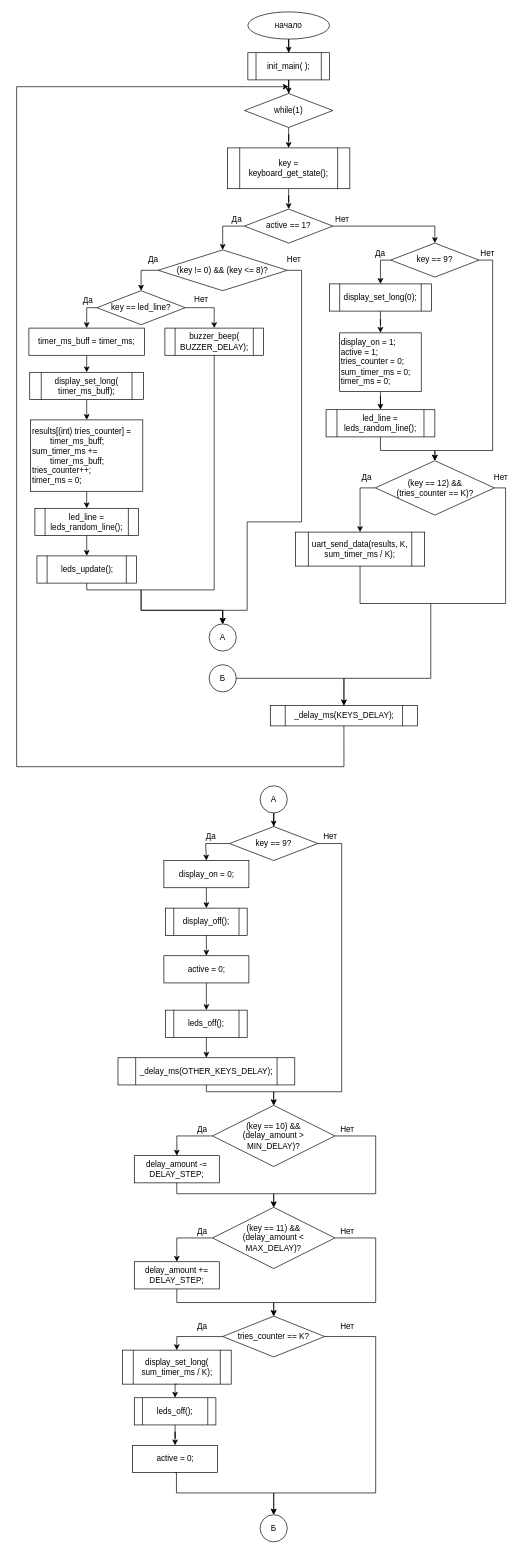
Earlier version of the draw.io diagram page "Страница 3" (3 of 3) of mk_course_work/RPZ/additional_diagrams.drawio (Trickster2038/BmstuDocs7). Source tidied: cells renumbered, new cells numbered last; positions are measured from the earlier drawing's top-left corner, leaving out a move shared by most shapes. Both pictures are drawn from the tidied source at 68%, with x=0, y=0 at pixel (16, 12).
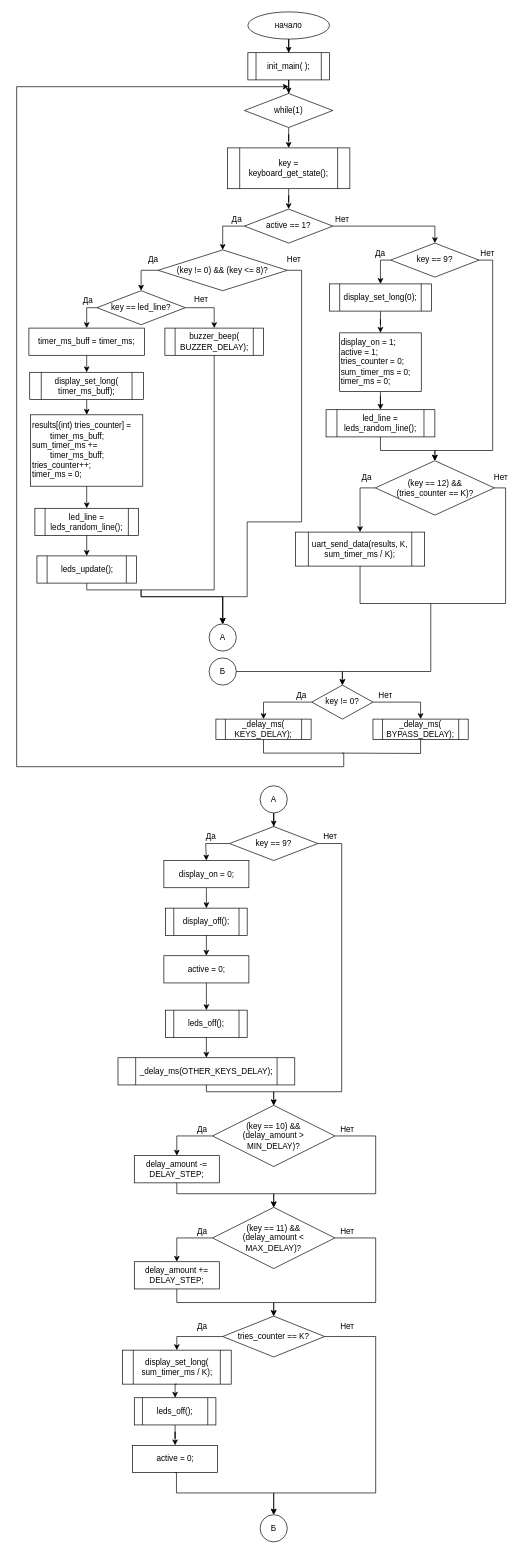
Above is the later version.

The change refers to these unchanged cells:
```xml
<mxCell id="11" value="(key != &lt;span class=&quot;pl-c1&quot;&gt;0&lt;/span&gt;) &amp;amp;&amp;amp; (key &amp;lt;= &lt;span class=&quot;pl-c1&quot;&gt;8&lt;/span&gt;)?" style="rhombus;whiteSpace=wrap;html=1;" parent="1" vertex="1">
  <mxGeometry x="208" y="350" width="190" height="60" as="geometry" />
</mxCell>
<mxCell id="20" value="&lt;span class=&quot;pl-c1&quot;&gt;buzzer_beep&lt;/span&gt;(&lt;br&gt;BUZZER_DELAY);" style="shape=process;whiteSpace=wrap;html=1;backgroundOutline=1;" parent="1" vertex="1">
  <mxGeometry x="218" y="465" width="145" height="40" as="geometry" />
</mxCell>
<mxCell id="48" value="А" style="ellipse;whiteSpace=wrap;html=1;" parent="1" vertex="1">
  <mxGeometry x="283" y="900" width="40" height="40" as="geometry" />
</mxCell>
<mxCell id="95" value="&lt;span class=&quot;pl-c1&quot;&gt;leds_update&lt;/span&gt;();" style="shape=process;whiteSpace=wrap;html=1;backgroundOutline=1;" parent="1" vertex="1">
  <mxGeometry x="29.8" y="800" width="146.5" height="40" as="geometry" />
</mxCell>
```

What changed in the source:
```diff
@@
     <mxCell id="18" value="results[(&lt;span class=&quot;pl-k&quot;&gt;int&lt;/span&gt;) tries_counter] = &lt;br&gt;&lt;span style=&quot;white-space: pre;&quot;&gt;&#9;&lt;/span&gt;timer_ms_buff;&lt;br&gt;sum_timer_ms += &lt;br&gt;&lt;span style=&quot;white-space: pre;&quot;&gt;&#9;&lt;/span&gt;timer_ms_buff;&lt;br&gt;tries_counter++;&lt;br&gt;timer_ms = &lt;span class=&quot;pl-c1&quot;&gt;0&lt;/span&gt;;" style="rounded=0;whiteSpace=wrap;html=1;align=left;" parent="1" vertex="1">
-      <mxGeometry x="20.5" y="600" width="165" height="105" as="geometry" />
+      <mxGeometry x="20.5" y="592.5" width="165" height="105" as="geometry" />
     </mxCell>
@@
     <mxCell id="49" value="Б" style="ellipse;whiteSpace=wrap;html=1;" parent="1" vertex="1">
-      <mxGeometry x="283" y="960" width="40" height="40" as="geometry" />
+      <mxGeometry x="283" y="950" width="40" height="40" as="geometry" />
     </mxCell>
     <mxCell id="50" style="endArrow=classic;html=1;rounded=0;entryX=0.5;entryY=0;entryDx=0;entryDy=0;exitX=0.5;exitY=1;exitDx=0;exitDy=0;edgeStyle=orthogonalEdgeStyle;" parent="1" edge="1" source="20" target="48">
       <mxGeometry relative="1" as="geometry">
         <Array as="points">
           <mxPoint x="291" y="850" />
           <mxPoint x="183" y="850" />
-          <mxPoint x="183" y="880" />
-          <mxPoint x="303" y="880" />
+          <mxPoint x="183" y="860" />
+          <mxPoint x="303" y="860" />
         </Array>
       </mxGeometry>
     </mxCell>
     <mxCell id="51" style="endArrow=classic;html=1;rounded=0;entryX=0.5;entryY=0;entryDx=0;entryDy=0;exitX=0.5;exitY=1;exitDx=0;exitDy=0;edgeStyle=orthogonalEdgeStyle;" parent="1" edge="1" source="95" target="48">
       <mxGeometry relative="1" as="geometry">
         <Array as="points">
           <mxPoint x="103" y="850" />
           <mxPoint x="183" y="850" />
-          <mxPoint x="183" y="880" />
-          <mxPoint x="303" y="880" />
+          <mxPoint x="183" y="860" />
+          <mxPoint x="303" y="860" />
         </Array>
       </mxGeometry>
     </mxCell>
     <mxCell id="52" style="edgeStyle=orthogonalEdgeStyle;rounded=0;jettySize=auto;html=1;exitX=0.5;exitY=1;exitDx=0;exitDy=0;" parent="1" edge="1" source="98">
       <mxGeometry relative="1" as="geometry">
         <mxPoint x="400" y="110" as="targetPoint" />
         <Array as="points">
+          <mxPoint x="363" y="1090" />
+          <mxPoint x="481" y="1090" />
           <mxPoint x="481" y="1110" />
           <mxPoint y="1110" />
           <mxPoint y="110" />
         </Array>
       </mxGeometry>
     </mxCell>
@@
-    <mxCell id="58" style="endArrow=none;html=1;rounded=0;edgeStyle=orthogonalEdgeStyle;entryX=1;entryY=0.5;entryDx=0;entryDy=0;exitX=0.5;exitY=0;exitDx=0;exitDy=0;startArrow=classic;startFill=1;" parent="1" edge="1" source="98" target="49">
+    <mxCell id="58" style="endArrow=none;html=1;rounded=0;edgeStyle=orthogonalEdgeStyle;entryX=1;entryY=0.5;entryDx=0;entryDy=0;exitX=0.5;exitY=0;exitDx=0;exitDy=0;startArrow=classic;startFill=1;" parent="1" edge="1" source="103" target="49">
       <mxGeometry relative="1" as="geometry">
         <Array as="points">
-          <mxPoint x="481" y="980" />
+          <mxPoint x="479" y="970" />
         </Array>
       </mxGeometry>
     </mxCell>
@@
     <mxCell id="97" style="edgeStyle=orthogonalEdgeStyle;rounded=0;jettySize=auto;html=1;entryX=0.5;entryY=0;entryDx=0;entryDy=0;exitX=1;exitY=0.5;exitDx=0;exitDy=0;" parent="1" edge="1" source="11" target="48">
       <mxGeometry relative="1" as="geometry">
         <Array as="points">
           <mxPoint x="419" y="380" />
           <mxPoint x="419" y="750" />
           <mxPoint x="339" y="750" />
-          <mxPoint x="339" y="880" />
-          <mxPoint x="303" y="880" />
+          <mxPoint x="339" y="860" />
+          <mxPoint x="303" y="860" />
         </Array>
       </mxGeometry>
     </mxCell>
-    <mxCell id="98" value="_delay_ms(KEYS_DELAY);" style="shape=process;whiteSpace=wrap;html=1;backgroundOutline=1;" parent="1" vertex="1">
-      <mxGeometry x="373" y="1020" width="216.5" height="30" as="geometry" />
+    <mxCell id="98" value="_delay_ms(&lt;br&gt;KEYS_DELAY);" style="shape=process;whiteSpace=wrap;html=1;backgroundOutline=1;" parent="1" vertex="1">
+      <mxGeometry x="293" y="1040" width="140" height="30" as="geometry" />
     </mxCell>
@@
-    <mxCell id="100" style="endArrow=none;html=1;rounded=0;edgeStyle=orthogonalEdgeStyle;exitX=0.5;exitY=0;exitDx=0;exitDy=0;startArrow=classic;startFill=1;" parent="1" edge="1" source="98">
+    <mxCell id="100" style="endArrow=none;html=1;rounded=0;edgeStyle=orthogonalEdgeStyle;exitX=0.5;exitY=0;exitDx=0;exitDy=0;startArrow=classic;startFill=1;" parent="1" edge="1" source="103">
       <mxGeometry relative="1" as="geometry">
         <mxPoint x="609" y="870" as="targetPoint" />
         <Array as="points">
-          <mxPoint x="481" y="980" />
-          <mxPoint x="609" y="980" />
+          <mxPoint x="479" y="970" />
+          <mxPoint x="609" y="970" />
         </Array>
       </mxGeometry>
     </mxCell>
@@
+    <mxCell id="103" value="key != 0?" style="rhombus;whiteSpace=wrap;html=1;" parent="1" vertex="1">
+      <mxGeometry x="434" y="990" width="90" height="50" as="geometry" />
+    </mxCell>
+    <mxCell id="104" value="_delay_ms(&lt;br&gt;BYPASS_DELAY);" style="shape=process;whiteSpace=wrap;html=1;backgroundOutline=1;" parent="1" vertex="1">
+      <mxGeometry x="524" y="1040" width="140" height="30" as="geometry" />
+    </mxCell>
+    <mxCell id="105" style="endArrow=none;html=1;rounded=0;entryX=0.5;entryY=1;entryDx=0;entryDy=0;edgeStyle=orthogonalEdgeStyle;" parent="1" edge="1" target="104">
+      <mxGeometry relative="1" as="geometry">
+        <mxPoint x="479" y="1090" as="sourcePoint" />
+      </mxGeometry>
+    </mxCell>
+    <mxCell id="106" style="edgeStyle=orthogonalEdgeStyle;rounded=0;jettySize=auto;html=1;entryX=0.5;entryY=0;entryDx=0;entryDy=0;exitX=0;exitY=0.5;exitDx=0;exitDy=0;" parent="1" edge="1" source="103" target="98">
+      <mxGeometry relative="1" as="geometry" />
+    </mxCell>
+    <mxCell id="107" style="edgeStyle=orthogonalEdgeStyle;rounded=0;jettySize=auto;html=1;entryX=0.5;entryY=0;entryDx=0;entryDy=0;exitX=1;exitY=0.5;exitDx=0;exitDy=0;" parent="1" edge="1" source="103" target="104">
+      <mxGeometry relative="1" as="geometry" />
+    </mxCell>
+    <mxCell id="108" value="Да" style="text;html=1;strokeColor=none;fillColor=none;align=center;verticalAlign=middle;whiteSpace=wrap;rounded=0;" parent="1" vertex="1">
+      <mxGeometry x="389" y="990" width="60" height="30" as="geometry" />
+    </mxCell>
+    <mxCell id="109" value="Нет" style="text;html=1;strokeColor=none;fillColor=none;align=center;verticalAlign=middle;whiteSpace=wrap;rounded=0;" parent="1" vertex="1">
+      <mxGeometry x="518.5" y="992.5" width="46.5" height="25" as="geometry" />
+    </mxCell>
```
